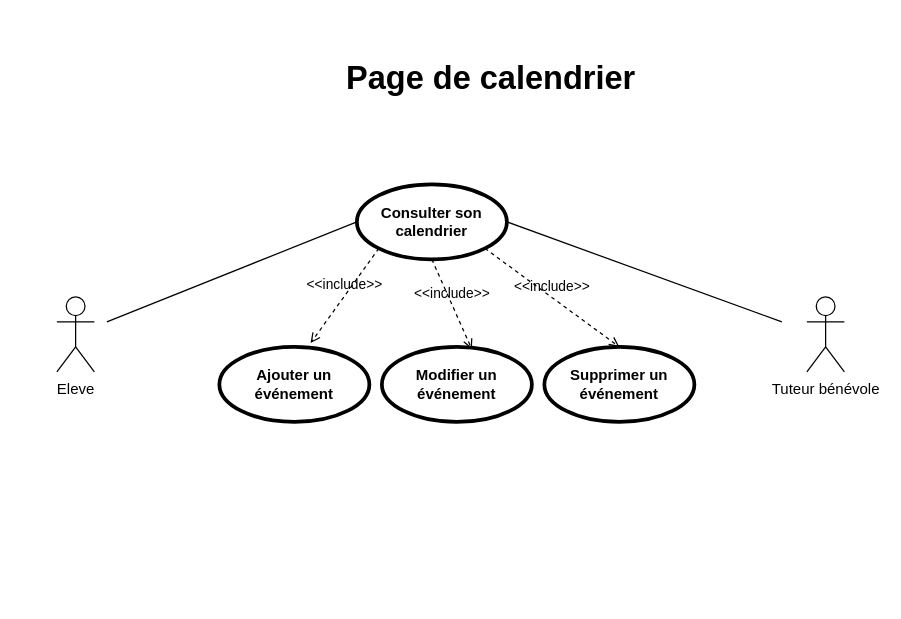
The draw.io diagram Calendrier.drawio in aureliegangloff/OC-P7-Learn-Home, before the edit. Source tidied: cells renumbered, new cells numbered last; positions are measured from the earlier drawing's top-left corner, leaving out a move shared by most shapes. Both pictures are drawn from the tidied source at 125%, with x=0, y=0 at pixel (56, 21).
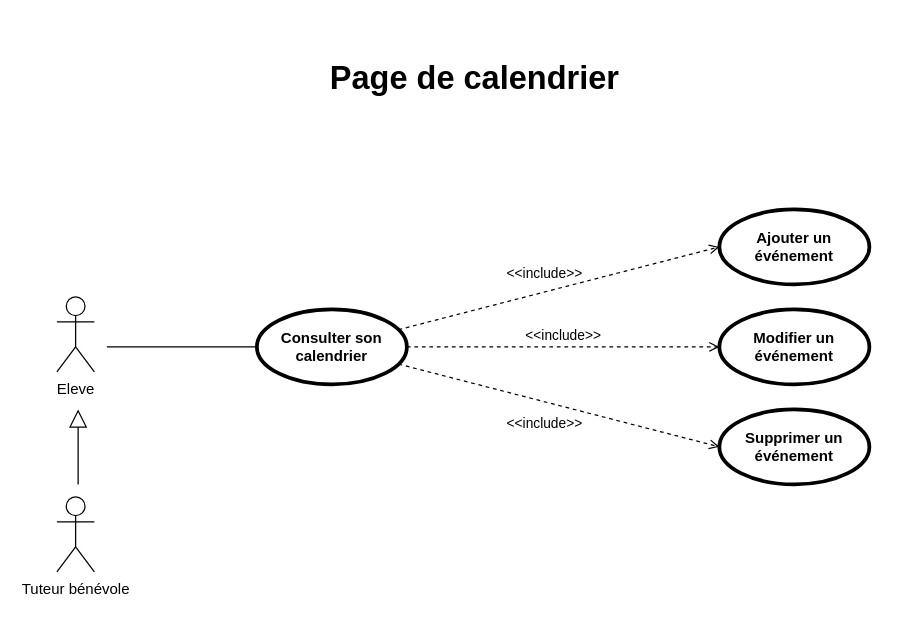
The same page after the edit.

Commit message:
Mettre à jour Calendrier.drawio

What changed in the source:
```diff
@@
 <mxGraphModel>
   <root>
     <mxCell id="0" />
     <mxCell id="1" parent="0" />
     <mxCell id="2" value="Eleve" style="shape=umlActor;html=1;verticalLabelPosition=bottom;verticalAlign=top;align=center;labelPerimeter=1;" parent="1" vertex="1">
       <mxGeometry y="220" width="30" height="60" as="geometry" />
     </mxCell>
     <mxCell id="3" value="Tuteur bénévole" style="shape=umlActor;html=1;verticalLabelPosition=bottom;verticalAlign=top;align=center;labelPerimeter=1;" parent="1" vertex="1">
-      <mxGeometry x="600" y="220" width="30" height="60" as="geometry" />
+      <mxGeometry y="380" width="30" height="60" as="geometry" />
     </mxCell>
     <mxCell id="4" value="Page de calendrier" style="text;strokeColor=none;fillColor=none;html=1;fontSize=26;fontStyle=1;verticalAlign=middle;align=center;autosizeText=1;" parent="1" vertex="1">
-      <mxGeometry x="224" width="246" height="90" as="geometry" />
+      <mxGeometry x="211" width="246" height="90" as="geometry" />
     </mxCell>
     <mxCell id="5" value="Consulter son calendrier" style="shape=ellipse;html=1;strokeWidth=3;fontStyle=1;whiteSpace=wrap;align=center;perimeter=ellipsePerimeter;" parent="1" vertex="1">
-      <mxGeometry x="240" y="130" width="120" height="60" as="geometry" />
+      <mxGeometry x="160" y="230" width="120" height="60" as="geometry" />
     </mxCell>
     <mxCell id="6" value="Ajouter un événement" style="shape=ellipse;html=1;strokeWidth=3;fontStyle=1;whiteSpace=wrap;align=center;perimeter=ellipsePerimeter;" parent="1" vertex="1">
-      <mxGeometry x="130" y="260" width="120" height="60" as="geometry" />
+      <mxGeometry x="530" y="150" width="120" height="60" as="geometry" />
     </mxCell>
     <mxCell id="7" value="Modifier un événement" style="shape=ellipse;html=1;strokeWidth=3;fontStyle=1;whiteSpace=wrap;align=center;perimeter=ellipsePerimeter;" parent="1" vertex="1">
-      <mxGeometry x="260" y="260" width="120" height="60" as="geometry" />
+      <mxGeometry x="530" y="230" width="120" height="60" as="geometry" />
     </mxCell>
     <mxCell id="8" value="Supprimer un événement" style="shape=ellipse;html=1;strokeWidth=3;fontStyle=1;whiteSpace=wrap;align=center;perimeter=ellipsePerimeter;" parent="1" vertex="1">
-      <mxGeometry x="390" y="260" width="120" height="60" as="geometry" />
+      <mxGeometry x="530" y="310" width="120" height="60" as="geometry" />
     </mxCell>
     <mxCell id="9" style="edgeStyle=none;html=1;endArrow=none;verticalAlign=bottom;rounded=0;defaultLabelBackgroundColor=page;entryX=0;entryY=0.5;entryDx=0;entryDy=0;endFill=0;" parent="1" edge="1" target="5">
       <mxGeometry relative="1" as="geometry">
-        <mxPoint x="40" y="240" as="sourcePoint" />
+        <mxPoint x="40" y="260" as="sourcePoint" />
       </mxGeometry>
     </mxCell>
-    <mxCell id="10" style="edgeStyle=none;html=1;endArrow=none;verticalAlign=bottom;rounded=0;defaultLabelBackgroundColor=page;exitX=1;exitY=0.5;exitDx=0;exitDy=0;startArrow=none;startFill=0;" parent="1" edge="1" source="5">
-      <mxGeometry relative="1" as="geometry">
-        <mxPoint x="580" y="240" as="targetPoint" />
-      </mxGeometry>
-    </mxCell>
-    <mxCell id="11" value="&amp;lt;&amp;lt;include&amp;gt;&amp;gt;" style="edgeStyle=none;html=1;endArrow=open;verticalAlign=bottom;dashed=1;labelBackgroundColor=none;rounded=0;defaultLabelBackgroundColor=page;exitX=0;exitY=1;exitDx=0;exitDy=0;entryX=0.608;entryY=-0.05;entryDx=0;entryDy=0;entryPerimeter=0;" parent="1" edge="1" source="5" target="6">
-      <mxGeometry relative="1" as="geometry" />
+    <mxCell id="11" value="&amp;lt;&amp;lt;include&amp;gt;&amp;gt;" style="edgeStyle=none;html=1;endArrow=open;verticalAlign=bottom;dashed=1;labelBackgroundColor=none;rounded=0;defaultLabelBackgroundColor=page;entryX=0;entryY=0.5;entryDx=0;entryDy=0;" parent="1" edge="1" source="5" target="6">
+      <mxGeometry x="-0.08" y="6" relative="1" as="geometry" />
     </mxCell>
-    <mxCell id="12" value="&amp;lt;&amp;lt;include&amp;gt;&amp;gt;" style="edgeStyle=none;html=1;endArrow=open;verticalAlign=bottom;dashed=1;labelBackgroundColor=none;rounded=0;defaultLabelBackgroundColor=page;exitX=0.5;exitY=1;exitDx=0;exitDy=0;entryX=0.6;entryY=0.033;entryDx=0;entryDy=0;entryPerimeter=0;" parent="1" edge="1" source="5" target="7">
+    <mxCell id="12" value="&amp;lt;&amp;lt;include&amp;gt;&amp;gt;" style="edgeStyle=none;html=1;endArrow=open;verticalAlign=bottom;dashed=1;labelBackgroundColor=none;rounded=0;defaultLabelBackgroundColor=page;exitX=1;exitY=0.5;exitDx=0;exitDy=0;" parent="1" edge="1" source="5" target="7">
       <mxGeometry relative="1" as="geometry" />
     </mxCell>
-    <mxCell id="13" value="&amp;lt;&amp;lt;include&amp;gt;&amp;gt;" style="edgeStyle=none;html=1;endArrow=open;verticalAlign=bottom;dashed=1;labelBackgroundColor=none;rounded=0;defaultLabelBackgroundColor=page;exitX=1;exitY=1;exitDx=0;exitDy=0;entryX=0.5;entryY=0;entryDx=0;entryDy=0;" parent="1" edge="1" source="5" target="8">
-      <mxGeometry relative="1" as="geometry" />
+    <mxCell id="13" value="&amp;lt;&amp;lt;include&amp;gt;&amp;gt;" style="edgeStyle=none;html=1;endArrow=open;verticalAlign=bottom;dashed=1;labelBackgroundColor=none;rounded=0;defaultLabelBackgroundColor=page;entryX=0;entryY=0.5;entryDx=0;entryDy=0;" parent="1" edge="1" source="5" target="8">
+      <mxGeometry x="-0.04" y="-25" relative="1" as="geometry" />
     </mxCell>
+    <mxCell id="14" style="edgeStyle=none;html=1;endArrow=block;endFill=0;endSize=12;verticalAlign=bottom;rounded=0;defaultLabelBackgroundColor=page;" parent="1" edge="1">
+      <mxGeometry relative="1" as="geometry">
+        <mxPoint x="17" y="370" as="sourcePoint" />
+        <mxPoint x="17" y="310" as="targetPoint" />
+        <Array as="points">
+          <mxPoint x="17" y="340" />
+        </Array>
+      </mxGeometry>
+    </mxCell>
   </root>
 </mxGraphModel>
```
